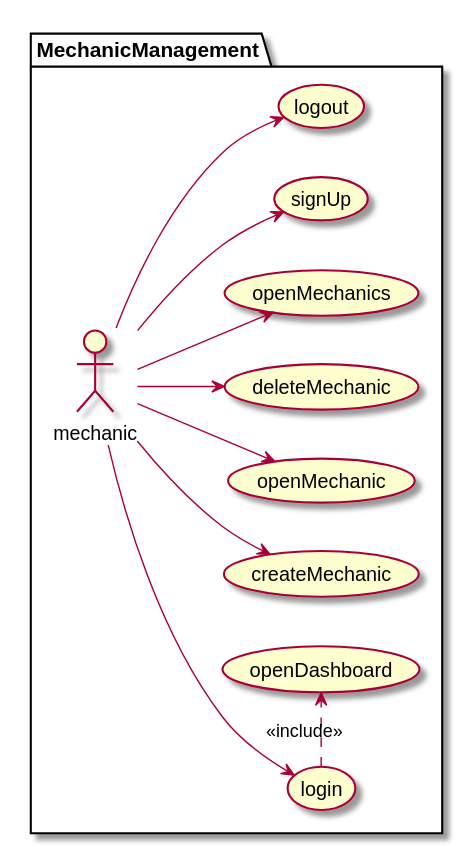
Ruskab/agrimManager keeps this PlantUML diagram as documentation/1usecasesview/usecases/svg/mechanicUsecases.svg. Above is the earlier version. The source it was exported from:
```plantuml
@startuml
left to right direction

package MechanicManagement {
:mechanic: --> (createMechanic)
:mechanic: --> (openMechanic)
:mechanic: --> (deleteMechanic)
:mechanic: --> (openMechanics)
:mechanic: --> (login)
    (login) .> (openDashboard) : <<include>>
:mechanic: --> (signUp)
:mechanic: --> (logout)
}

@enduml
```
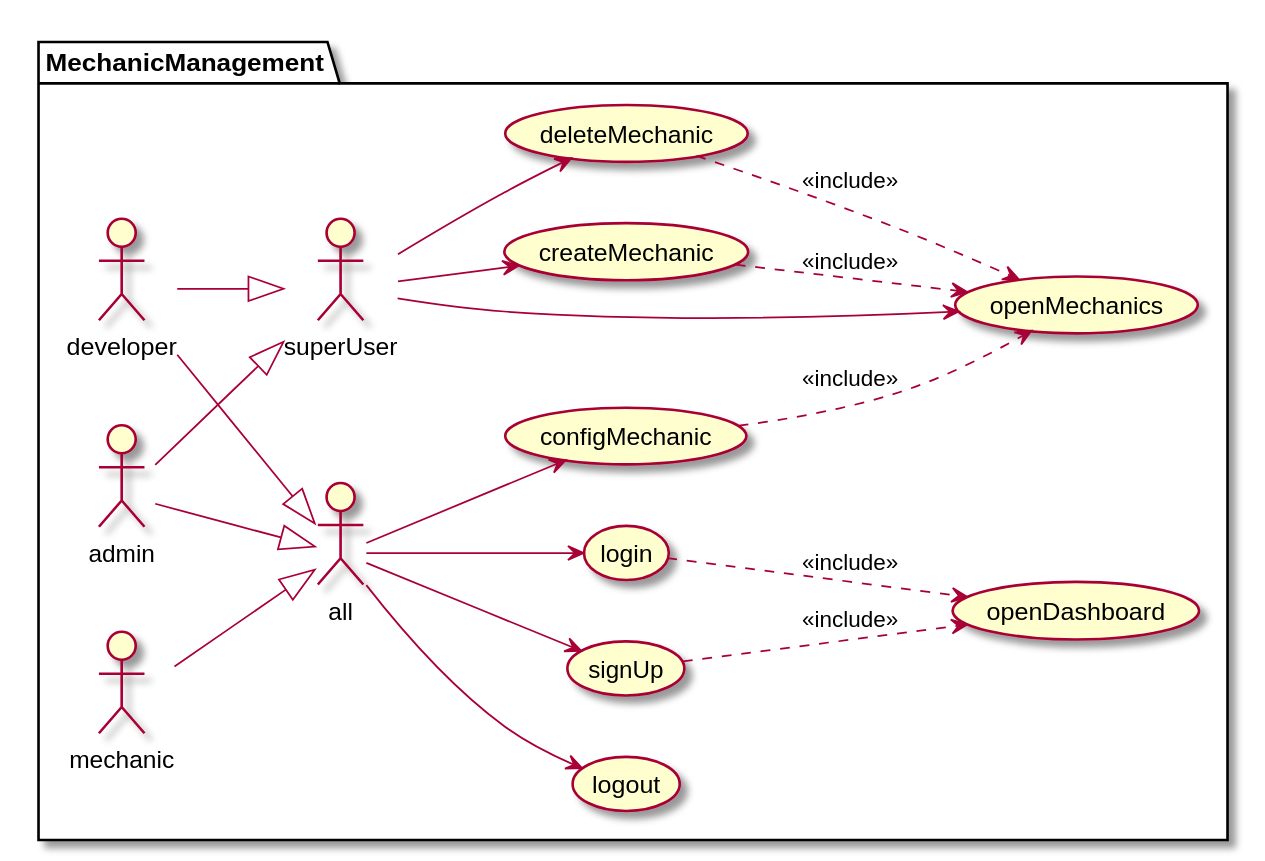
Later version of the same file.

What changed in the source:
```diff
@@ -2,14 +2,26 @@
 left to right direction
 
 package MechanicManagement {
-:mechanic: --> (createMechanic)
-:mechanic: --> (openMechanic)
-:mechanic: --> (deleteMechanic)
-:mechanic: --> (openMechanics)
-:mechanic: --> (login)
-    (login) .> (openDashboard) : <<include>>
-:mechanic: --> (signUp)
-:mechanic: --> (logout)
+:mechanic: --|> :all:
+:admin: --|> :all:
+:developer: --|> :all:
+
+:admin: --|> :superUser:
+:developer: --|> :superUser:
+
+
+:superUser: --> (createMechanic)
+:all: --> (configMechanic)
+:superUser: --> (deleteMechanic)
+:superUser: --> (openMechanics)
+:all: --> (login)
+(login) ..> (openDashboard) : <<include>>
+(signUp) ..> (openDashboard) : <<include>>
+(configMechanic) ..> (openMechanics) : <<include>>
+(createMechanic) ..> (openMechanics) : <<include>>
+(deleteMechanic) ..> (openMechanics) : <<include>>
+:all: --> (signUp)
+:all: --> (logout)
 }
 
 @enduml
```
